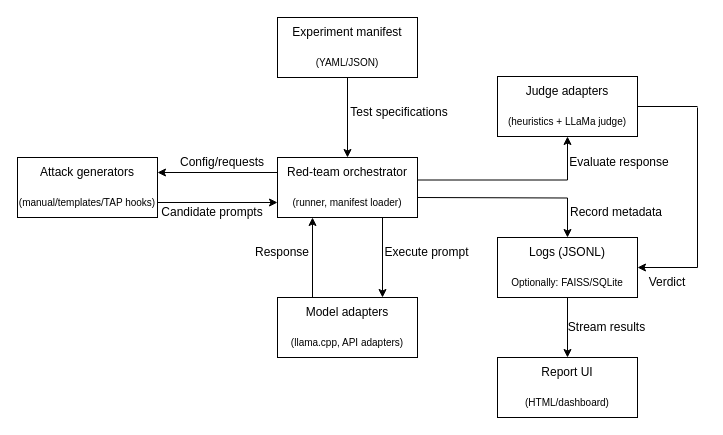
Before: thesis/obrazky-figures/design.drawio in H0CK3Y03/sentinel, a draw.io diagram. Source tidied: cells renumbered, new cells numbered last; positions are measured from the earlier drawing's top-left corner, leaving out a move shared by most shapes. Both pictures are drawn from the tidied source at 100%, with x=0, y=0 at pixel (17, 17).
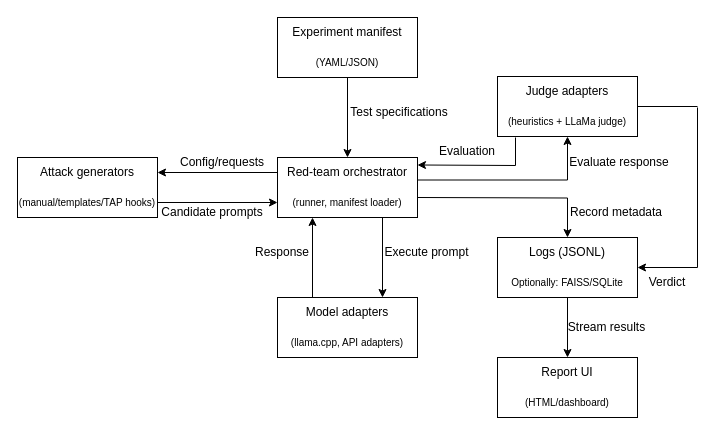
After the change.

Commit message (it also covers changes not shown here):
Updated design diagram

Unchanged cells that the change refers to:
```xml
<mxCell id="4" value="Red-team orchestrator" style="text;html=1;whiteSpace=wrap;strokeColor=none;fillColor=none;align=center;verticalAlign=middle;rounded=0;" parent="2" vertex="1">
  <mxGeometry width="140" height="30" as="geometry" />
</mxCell>
```

What changed in the source:
```diff
@@
+    <mxCell id="50" style="endArrow=classic;html=1;rounded=0;entryX=1;entryY=0.25;entryDx=0;entryDy=0;" parent="1" edge="1" target="4">
+      <mxGeometry relative="1" as="geometry">
+        <mxPoint x="498" y="120" as="sourcePoint" />
+        <Array as="points">
+          <mxPoint x="498" y="148" />
+        </Array>
+      </mxGeometry>
+    </mxCell>
+    <mxCell id="51" value="Evaluation" style="text;html=1;whiteSpace=wrap;strokeColor=none;fillColor=none;align=center;verticalAlign=middle;rounded=0;" parent="1" vertex="1">
+      <mxGeometry x="410" y="119" width="80" height="30" as="geometry" />
+    </mxCell>
```
